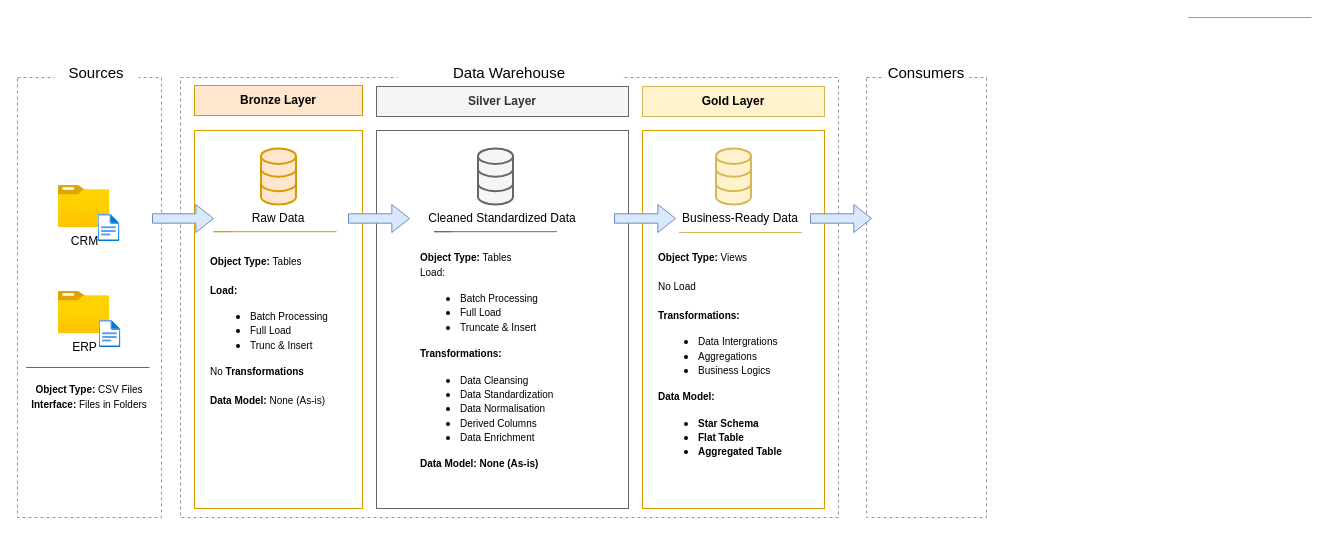
Earlier version of the draw.io diagram dwh_architecture/Datawarehouse Architecture.drawio (gmusebe/sales-data-warehouse). Source tidied: cells renumbered, new cells numbered last; positions are measured from the earlier drawing's top-left corner, leaving out a move shared by most shapes. Both pictures are drawn from the tidied source at 100%, with x=0, y=0 at pixel (17, 17). Pictures stored in the file or linked from it are replaced by grey dashed boxes.
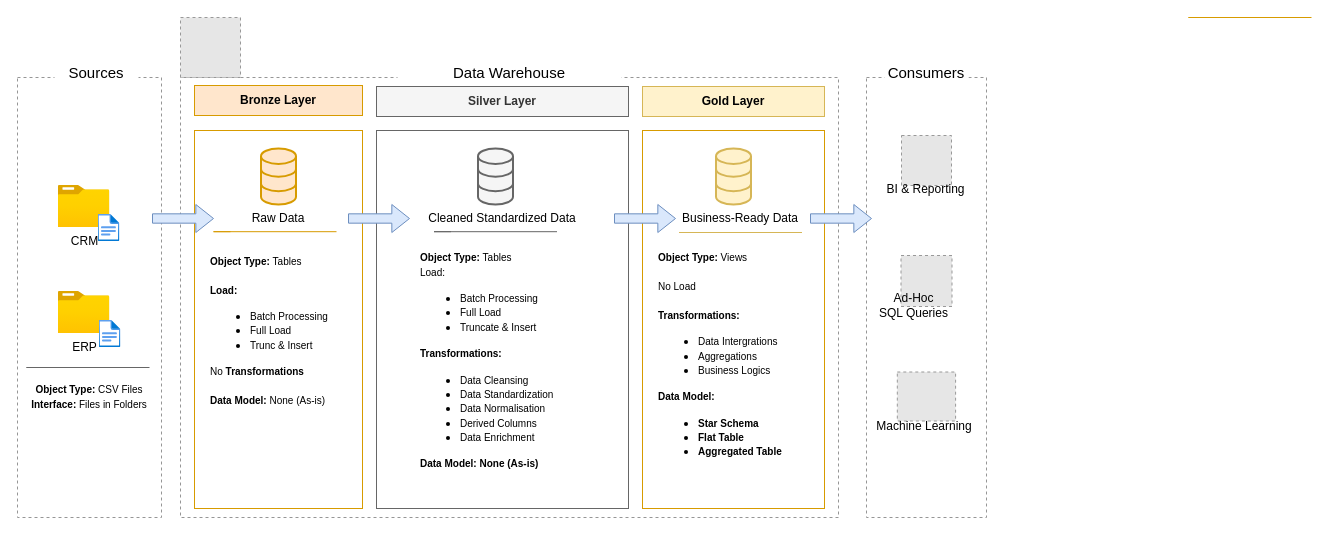
The same page after the edit.

Commit message:
Datawarehouse Complete

Change to the diagram source:
```diff
@@
+    <mxCell id="37" style="fillColor=#E6E6E6;strokeColor=#999999;dashed=1;" parent="1" vertex="1">
+      <mxGeometry x="879.8" y="354.5" width="58.3" height="49" as="geometry" />
+    </mxCell>
+    <mxCell id="38" style="fillColor=#E6E6E6;strokeColor=#999999;dashed=1;" parent="1" vertex="1">
+      <mxGeometry x="883.5" y="238" width="51" height="51" as="geometry" />
+    </mxCell>
+    <mxCell id="39" style="fillColor=#E6E6E6;strokeColor=#999999;dashed=1;" parent="1" vertex="1">
+      <mxGeometry x="884" y="118" width="50" height="50" as="geometry" />
+    </mxCell>
+    <mxCell id="40" value="BI &amp;amp; Reporting" style="text;html=1;whiteSpace=wrap;strokeColor=none;fillColor=none;align=center;verticalAlign=middle;rounded=0;" parent="1" vertex="1">
+      <mxGeometry x="866" y="157" width="85" height="30" as="geometry" />
+    </mxCell>
+    <mxCell id="41" value="Ad-Hoc&lt;div&gt;SQL Queries&lt;/div&gt;" style="text;html=1;whiteSpace=wrap;strokeColor=none;fillColor=none;align=center;verticalAlign=middle;rounded=0;" parent="1" vertex="1">
+      <mxGeometry x="854" y="273" width="85" height="30" as="geometry" />
+    </mxCell>
+    <mxCell id="42" value="Machine Learning" style="text;html=1;whiteSpace=wrap;strokeColor=none;fillColor=none;align=center;verticalAlign=middle;rounded=0;" parent="1" vertex="1">
+      <mxGeometry x="853.2" y="394" width="107.8" height="30" as="geometry" />
+    </mxCell>
+    <mxCell id="43" style="fillColor=#E6E6E6;strokeColor=#999999;dashed=1;" parent="1" vertex="1">
+      <mxGeometry x="163" width="60" height="60" as="geometry" />
+    </mxCell>
```
